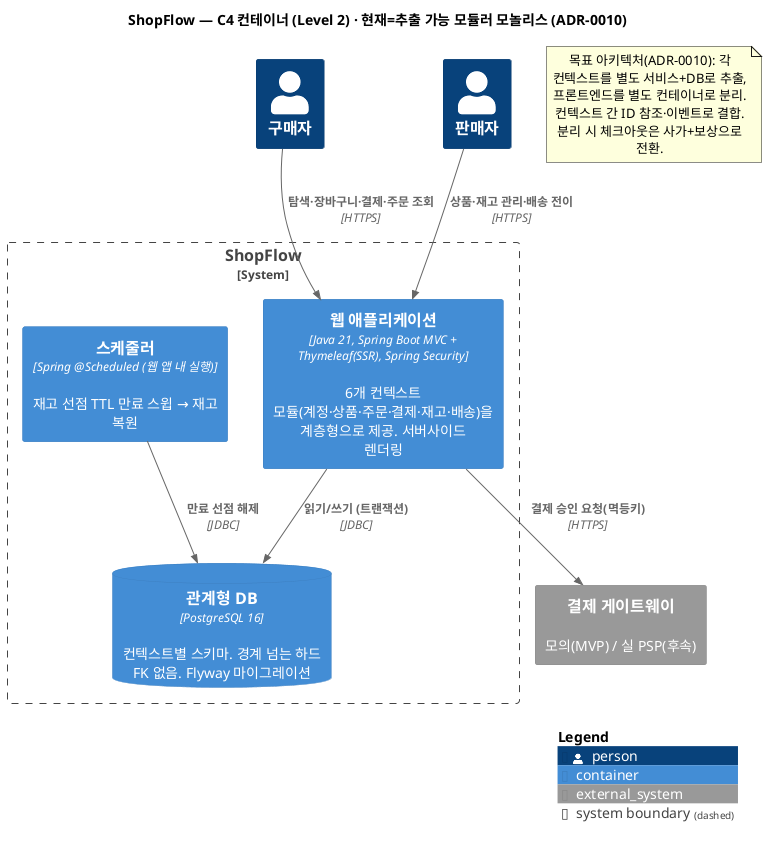
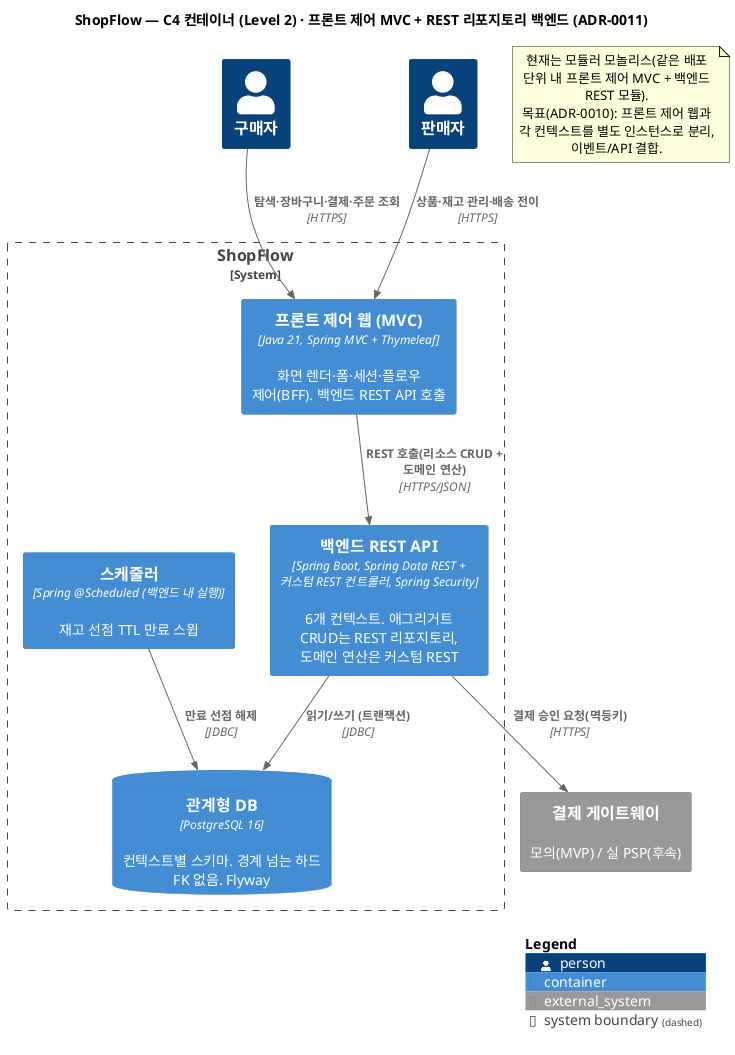
@startuml c4-2-container
- ' ShopFlow — C4 Level 2: Container
+ ' ShopFlow — C4 Level 2: Container (프론트 제어 MVC + 백엔드 REST)
!include <C4/C4_Container>

- title ShopFlow — C4 컨테이너 (Level 2) · 현재=추출 가능 모듈러 모놀리스 (ADR-0010)
+ title ShopFlow — C4 컨테이너 (Level 2) · 프론트 제어 MVC + REST 리포지토리 백엔드 (ADR-0011)

Person(buyer, "구매자")
Person(seller, "판매자")
System_Ext(pg, "결제 게이트웨이", "모의(MVP) / 실 PSP(후속)")

System_Boundary(sf, "ShopFlow") {
-   Container(web, "웹 애플리케이션", "Java 21, Spring Boot MVC + Thymeleaf(SSR), Spring Security", "6개 컨텍스트 모듈(계정·상품·주문·결제·재고·배송)을 계층형으로 제공. 서버사이드 렌더링")
-   Container(sched, "스케줄러", "Spring @Scheduled (웹 앱 내 실행)", "재고 선점 TTL 만료 스윕 → 재고 복원")
-   ContainerDb(db, "관계형 DB", "PostgreSQL 16", "컨텍스트별 스키마. 경계 넘는 하드 FK 없음. Flyway 마이그레이션")
+   Container(femvc, "프론트 제어 웹 (MVC)", "Java 21, Spring MVC + Thymeleaf", "화면 렌더·폼·세션·플로우 제어(BFF). 백엔드 REST API 호출")
+   Container(api, "백엔드 REST API", "Spring Boot, Spring Data REST + 커스텀 REST 컨트롤러, Spring Security", "6개 컨텍스트. 애그리거트 CRUD는 REST 리포지토리, 도메인 연산은 커스텀 REST")
+   Container(sched, "스케줄러", "Spring @Scheduled (백엔드 내 실행)", "재고 선점 TTL 만료 스윕")
+   ContainerDb(db, "관계형 DB", "PostgreSQL 16", "컨텍스트별 스키마. 경계 넘는 하드 FK 없음. Flyway")
}

- Rel(buyer, web, "탐색·장바구니·결제·주문 조회", "HTTPS")
- Rel(seller, web, "상품·재고 관리·배송 전이", "HTTPS")
- Rel(web, db, "읽기/쓰기 (트랜잭션)", "JDBC")
+ Rel(buyer, femvc, "탐색·장바구니·결제·주문 조회", "HTTPS")
+ Rel(seller, femvc, "상품·재고 관리·배송 전이", "HTTPS")
+ Rel(femvc, api, "REST 호출(리소스 CRUD + 도메인 연산)", "HTTPS/JSON")
+ Rel(api, db, "읽기/쓰기 (트랜잭션)", "JDBC")
Rel(sched, db, "만료 선점 해제", "JDBC")
- Rel(web, pg, "결제 승인 요청(멱등키)", "HTTPS")
+ Rel(api, pg, "결제 승인 요청(멱등키)", "HTTPS")

note as N1
-   목표 아키텍처(ADR-0010): 각 컨텍스트를 별도 서비스+DB로 추출,
-   프론트엔드를 별도 컨테이너로 분리. 컨텍스트 간 ID 참조·이벤트로 결합.
-   분리 시 체크아웃은 사가+보상으로 전환.
+   현재는 모듈러 모놀리스(같은 배포 단위 내 프론트 제어 MVC + 백엔드 REST 모듈).
+   목표(ADR-0010): 프론트 제어 웹과 각 컨텍스트를 별도 인스턴스로 분리, 이벤트/API 결합.
end note

SHOW_LEGEND()
@enduml
